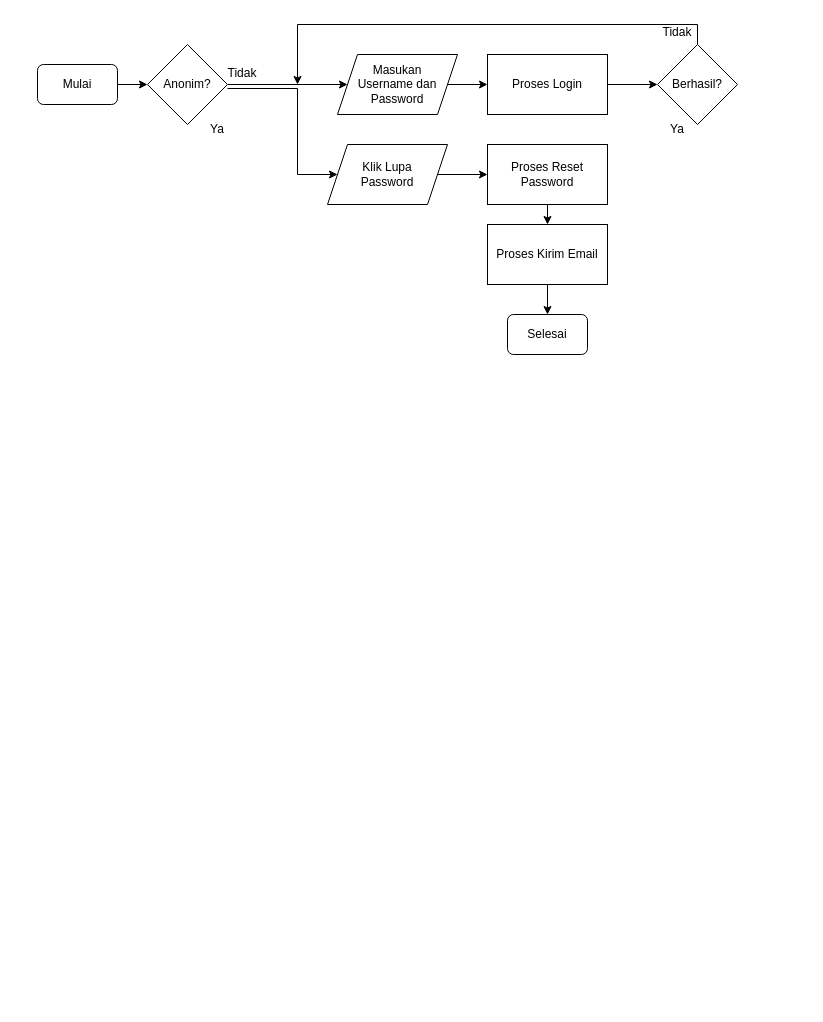
Earlier version of the draw.io diagram .drawio (nurramdandoni/diagram-all). Source tidied: cells renumbered, new cells numbered last; positions are measured from the earlier drawing's top-left corner, leaving out a move shared by most shapes. Both pictures are drawn from the tidied source at 100%, with x=0, y=0 at pixel (37, 17).
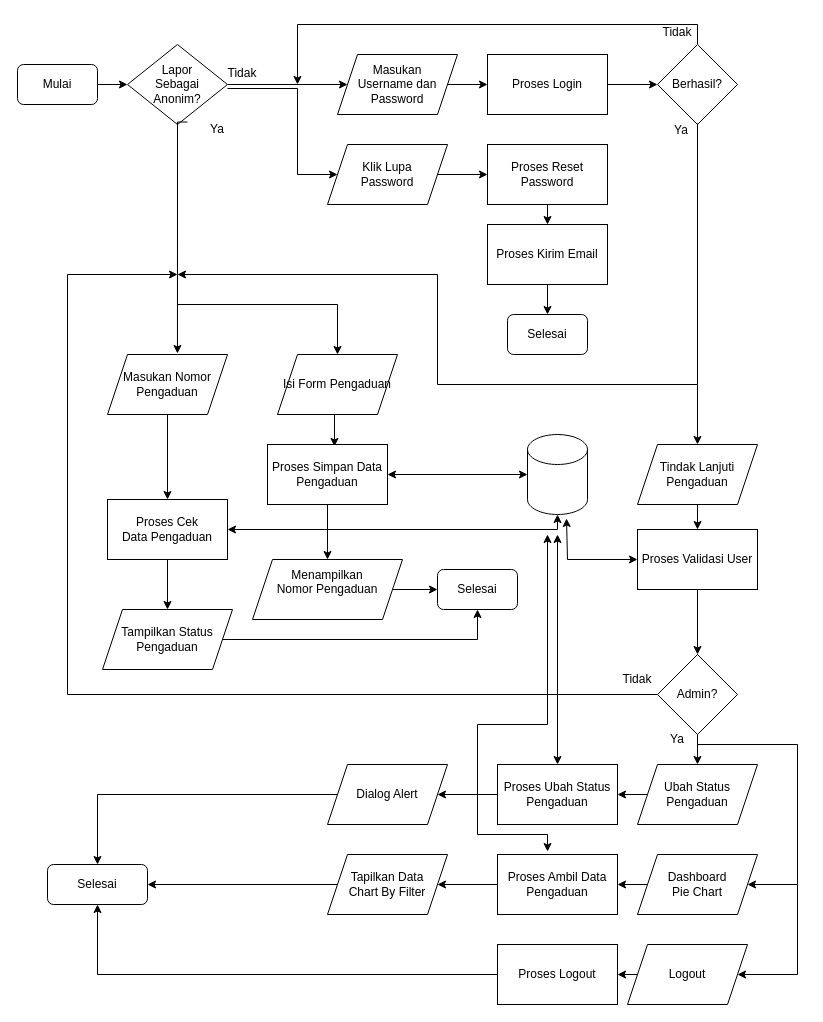
After the change.

Unchanged cells that the change refers to:
```xml
<mxCell id="10" value="Ya" style="text;html=1;strokeColor=none;fillColor=none;align=center;verticalAlign=middle;whiteSpace=wrap;rounded=0;" parent="1" vertex="1">
  <mxGeometry x="150" y="97" width="60" height="30" as="geometry" />
</mxCell>
```

What changed in the source:
```diff
@@
     <mxCell id="3" value="Mulai" style="rounded=1;whiteSpace=wrap;html=1;" parent="1" vertex="1">
-      <mxGeometry y="47" width="80" height="40" as="geometry" />
+      <mxGeometry x="-20" y="47" width="80" height="40" as="geometry" />
     </mxCell>
@@
+    <mxCell id="24" style="edgeStyle=orthogonalEdgeStyle;rounded=0;jettySize=auto;html=1;exitX=0.5;exitY=1;exitDx=0;exitDy=0;entryX=0.583;entryY=-0.017;entryDx=0;entryDy=0;entryPerimeter=0;" parent="1" edge="1" source="5" target="37">
+      <mxGeometry relative="1" as="geometry" />
+    </mxCell>
-    <mxCell id="5" value="Anonim?" style="rhombus;whiteSpace=wrap;html=1;" parent="1" vertex="1">
-      <mxGeometry x="110" y="27" width="80" height="80" as="geometry" />
+    <mxCell id="5" value="&lt;div&gt;Lapor&lt;/div&gt;&lt;div&gt;Sebagai&lt;/div&gt;&lt;div&gt;Anonim?&lt;br&gt;&lt;/div&gt;" style="rhombus;whiteSpace=wrap;html=1;" parent="1" vertex="1">
+      <mxGeometry x="90" y="27" width="100" height="80" as="geometry" />
     </mxCell>
@@
+    <mxCell id="25" style="edgeStyle=orthogonalEdgeStyle;rounded=0;jettySize=auto;html=1;exitX=0;exitY=0.25;exitDx=0;exitDy=0;entryX=0.5;entryY=0;entryDx=0;entryDy=0;" parent="1" edge="1" source="10" target="28">
+      <mxGeometry relative="1" as="geometry">
+        <Array as="points">
+          <mxPoint x="140" y="105" />
+          <mxPoint x="140" y="287" />
+          <mxPoint x="300" y="287" />
+        </Array>
+      </mxGeometry>
+    </mxCell>
@@
+    <mxCell id="26" style="edgeStyle=orthogonalEdgeStyle;rounded=0;orthogonalLoop=1;jettySize=auto;html=1;" parent="1" edge="1">
+      <mxGeometry relative="1" as="geometry">
+        <mxPoint x="660" y="106" as="sourcePoint" />
+        <mxPoint x="140" y="257" as="targetPoint" />
+        <Array as="points">
+          <mxPoint x="660" y="367" />
+          <mxPoint x="400" y="367" />
+          <mxPoint x="400" y="257" />
+        </Array>
+      </mxGeometry>
+    </mxCell>
     <mxCell id="16" value="Ya" style="text;html=1;strokeColor=none;fillColor=none;align=center;verticalAlign=middle;whiteSpace=wrap;rounded=0;" parent="1" vertex="1">
-      <mxGeometry x="610" y="97" width="60" height="30" as="geometry" />
+      <mxGeometry x="614" y="98" width="60" height="30" as="geometry" />
     </mxCell>
@@
+    <mxCell id="27" style="edgeStyle=orthogonalEdgeStyle;rounded=0;jettySize=auto;html=1;exitX=0.5;exitY=1;exitDx=0;exitDy=0;entryX=0.558;entryY=0.033;entryDx=0;entryDy=0;entryPerimeter=0;" parent="1" edge="1" source="28" target="30">
+      <mxGeometry relative="1" as="geometry" />
+    </mxCell>
+    <mxCell id="28" value="Isi Form Pengaduan" style="shape=parallelogram;perimeter=parallelogramPerimeter;whiteSpace=wrap;html=1;fixedSize=1;" parent="1" vertex="1">
+      <mxGeometry x="240" y="337" width="120" height="60" as="geometry" />
+    </mxCell>
+    <mxCell id="29" style="edgeStyle=orthogonalEdgeStyle;rounded=0;jettySize=auto;html=1;exitX=0.5;exitY=1;exitDx=0;exitDy=0;entryX=0.5;entryY=0;entryDx=0;entryDy=0;" parent="1" edge="1" source="30" target="34">
+      <mxGeometry relative="1" as="geometry" />
+    </mxCell>
+    <mxCell id="30" value="Proses Simpan Data Pengaduan" style="rounded=0;whiteSpace=wrap;html=1;" parent="1" vertex="1">
+      <mxGeometry x="230" y="427" width="120" height="60" as="geometry" />
+    </mxCell>
+    <mxCell id="31" style="shape=cylinder3;whiteSpace=wrap;html=1;boundedLbl=1;backgroundOutline=1;size=15;" parent="1" vertex="1">
+      <mxGeometry x="490" y="417" width="60" height="80" as="geometry" />
+    </mxCell>
+    <mxCell id="32" value="Selesai" style="rounded=1;whiteSpace=wrap;html=1;" parent="1" vertex="1">
+      <mxGeometry x="400" y="552" width="80" height="40" as="geometry" />
+    </mxCell>
+    <mxCell id="33" style="edgeStyle=orthogonalEdgeStyle;rounded=0;jettySize=auto;html=1;exitX=1;exitY=0.5;exitDx=0;exitDy=0;entryX=0;entryY=0.5;entryDx=0;entryDy=0;" parent="1" edge="1" source="34" target="32">
+      <mxGeometry relative="1" as="geometry" />
+    </mxCell>
+    <mxCell id="34" value="&lt;div&gt;Menampilkan &lt;br&gt;&lt;/div&gt;&lt;div&gt;Nomor Pengaduan&lt;/div&gt;&lt;div&gt;&lt;br&gt;&lt;/div&gt;" style="shape=parallelogram;perimeter=parallelogramPerimeter;whiteSpace=wrap;html=1;fixedSize=1;" parent="1" vertex="1">
+      <mxGeometry x="215" y="542" width="150" height="60" as="geometry" />
+    </mxCell>
+    <mxCell id="35" style="endArrow=classic;startArrow=classic;html=1;rounded=0;exitX=1;exitY=0.5;exitDx=0;exitDy=0;entryX=0;entryY=0.5;entryDx=0;entryDy=0;entryPerimeter=0;" parent="1" edge="1" source="30" target="31">
+      <mxGeometry relative="1" as="geometry" />
+    </mxCell>
+    <mxCell id="36" style="edgeStyle=orthogonalEdgeStyle;rounded=0;jettySize=auto;html=1;exitX=0.5;exitY=1;exitDx=0;exitDy=0;entryX=0.5;entryY=0;entryDx=0;entryDy=0;" parent="1" edge="1" source="37" target="39">
+      <mxGeometry relative="1" as="geometry" />
+    </mxCell>
+    <mxCell id="37" value="&lt;div&gt;Masukan Nomor&lt;/div&gt;&lt;div&gt;Pengaduan&lt;/div&gt;" style="shape=parallelogram;perimeter=parallelogramPerimeter;whiteSpace=wrap;html=1;fixedSize=1;" parent="1" vertex="1">
+      <mxGeometry x="70" y="337" width="120" height="60" as="geometry" />
+    </mxCell>
+    <mxCell id="38" style="edgeStyle=orthogonalEdgeStyle;rounded=0;jettySize=auto;html=1;exitX=0.5;exitY=1;exitDx=0;exitDy=0;entryX=0.5;entryY=0;entryDx=0;entryDy=0;" parent="1" edge="1" source="39" target="42">
+      <mxGeometry relative="1" as="geometry" />
+    </mxCell>
+    <mxCell id="39" value="&lt;div&gt;Proses Cek&lt;/div&gt;&lt;div&gt;Data Pengaduan&lt;br&gt;&lt;/div&gt;" style="rounded=0;whiteSpace=wrap;html=1;" parent="1" vertex="1">
+      <mxGeometry x="70" y="482" width="120" height="60" as="geometry" />
+    </mxCell>
+    <mxCell id="40" style="endArrow=classic;startArrow=classic;html=1;rounded=0;exitX=1;exitY=0.5;exitDx=0;exitDy=0;entryX=0.5;entryY=1;entryDx=0;entryDy=0;entryPerimeter=0;" parent="1" edge="1" source="39" target="31">
+      <mxGeometry relative="1" as="geometry">
+        <Array as="points">
+          <mxPoint x="520" y="512" />
+        </Array>
+      </mxGeometry>
+    </mxCell>
+    <mxCell id="41" style="edgeStyle=orthogonalEdgeStyle;rounded=0;jettySize=auto;html=1;exitX=1;exitY=0.5;exitDx=0;exitDy=0;entryX=0.5;entryY=1;entryDx=0;entryDy=0;" parent="1" edge="1" source="42" target="32">
+      <mxGeometry relative="1" as="geometry" />
+    </mxCell>
+    <mxCell id="42" value="&lt;div&gt;Tampilkan Status&lt;/div&gt;&lt;div&gt;Pengaduan&lt;br&gt;&lt;/div&gt;" style="shape=parallelogram;perimeter=parallelogramPerimeter;whiteSpace=wrap;html=1;fixedSize=1;" parent="1" vertex="1">
+      <mxGeometry x="65" y="592" width="130" height="60" as="geometry" />
+    </mxCell>
+    <mxCell id="43" style="edgeStyle=orthogonalEdgeStyle;rounded=0;jettySize=auto;html=1;exitX=0.5;exitY=1;exitDx=0;exitDy=0;entryX=0.5;entryY=0;entryDx=0;entryDy=0;" parent="1" edge="1" source="44" target="47">
+      <mxGeometry relative="1" as="geometry" />
+    </mxCell>
+    <mxCell id="44" value="&lt;div&gt;Tindak Lanjuti&lt;/div&gt;&lt;div&gt;Pengaduan&lt;br&gt;&lt;/div&gt;" style="shape=parallelogram;perimeter=parallelogramPerimeter;whiteSpace=wrap;html=1;fixedSize=1;" parent="1" vertex="1">
+      <mxGeometry x="600" y="427" width="120" height="60" as="geometry" />
+    </mxCell>
+    <mxCell id="45" style="endArrow=classic;html=1;rounded=0;entryX=0.5;entryY=0;entryDx=0;entryDy=0;" parent="1" edge="1" target="44">
+      <mxGeometry relative="1" as="geometry">
+        <mxPoint x="660" y="367" as="sourcePoint" />
+      </mxGeometry>
+    </mxCell>
+    <mxCell id="46" style="edgeStyle=orthogonalEdgeStyle;rounded=0;jettySize=auto;html=1;exitX=0.5;exitY=1;exitDx=0;exitDy=0;entryX=0.5;entryY=0;entryDx=0;entryDy=0;" parent="1" edge="1" source="47" target="49">
+      <mxGeometry relative="1" as="geometry" />
+    </mxCell>
+    <mxCell id="47" value="Proses Validasi User" style="rounded=0;whiteSpace=wrap;html=1;" parent="1" vertex="1">
+      <mxGeometry x="600" y="512" width="120" height="60" as="geometry" />
+    </mxCell>
+    <mxCell id="48" style="edgeStyle=orthogonalEdgeStyle;rounded=0;jettySize=auto;html=1;exitX=0.5;exitY=1;exitDx=0;exitDy=0;entryX=0.5;entryY=0;entryDx=0;entryDy=0;" parent="1" edge="1" source="49" target="54">
+      <mxGeometry relative="1" as="geometry" />
+    </mxCell>
+    <mxCell id="49" value="Admin?" style="rhombus;whiteSpace=wrap;html=1;" parent="1" vertex="1">
+      <mxGeometry x="620" y="637" width="80" height="80" as="geometry" />
+    </mxCell>
+    <mxCell id="50" style="endArrow=classic;startArrow=classic;html=1;rounded=0;entryX=0;entryY=0.5;entryDx=0;entryDy=0;exitX=0.65;exitY=1.05;exitDx=0;exitDy=0;exitPerimeter=0;" parent="1" edge="1" source="31" target="47">
+      <mxGeometry relative="1" as="geometry">
+        <Array as="points">
+          <mxPoint x="530" y="542" />
+        </Array>
+      </mxGeometry>
+    </mxCell>
+    <mxCell id="51" style="endArrow=classic;html=1;rounded=0;exitX=0;exitY=0.5;exitDx=0;exitDy=0;" parent="1" edge="1" source="49">
+      <mxGeometry relative="1" as="geometry">
+        <mxPoint x="140" y="257" as="targetPoint" />
+        <Array as="points">
+          <mxPoint x="30" y="677" />
+          <mxPoint x="30" y="257" />
+        </Array>
+      </mxGeometry>
+    </mxCell>
+    <mxCell id="52" value="Tidak" style="text;html=1;strokeColor=none;fillColor=none;align=center;verticalAlign=middle;whiteSpace=wrap;rounded=0;" parent="1" vertex="1">
+      <mxGeometry x="570" y="647" width="60" height="30" as="geometry" />
+    </mxCell>
+    <mxCell id="53" style="edgeStyle=orthogonalEdgeStyle;rounded=0;jettySize=auto;html=1;exitX=0;exitY=0.5;exitDx=0;exitDy=0;entryX=1;entryY=0.5;entryDx=0;entryDy=0;" parent="1" edge="1" source="54" target="56">
+      <mxGeometry relative="1" as="geometry" />
+    </mxCell>
+    <mxCell id="54" value="Ubah Status Pengaduan" style="shape=parallelogram;perimeter=parallelogramPerimeter;whiteSpace=wrap;html=1;fixedSize=1;" parent="1" vertex="1">
+      <mxGeometry x="600" y="747" width="120" height="60" as="geometry" />
+    </mxCell>
+    <mxCell id="55" style="edgeStyle=orthogonalEdgeStyle;rounded=0;jettySize=auto;html=1;exitX=0;exitY=0.5;exitDx=0;exitDy=0;entryX=1;entryY=0.5;entryDx=0;entryDy=0;" parent="1" edge="1" source="56" target="59">
+      <mxGeometry relative="1" as="geometry" />
+    </mxCell>
+    <mxCell id="56" value="&lt;div&gt;Proses Ubah Status&lt;/div&gt;&lt;div&gt;Pengaduan&lt;br&gt;&lt;/div&gt;" style="rounded=0;whiteSpace=wrap;html=1;" parent="1" vertex="1">
+      <mxGeometry x="460" y="747" width="120" height="60" as="geometry" />
+    </mxCell>
+    <mxCell id="57" style="endArrow=classic;startArrow=classic;html=1;rounded=0;exitX=0.5;exitY=0;exitDx=0;exitDy=0;" parent="1" edge="1" source="56">
+      <mxGeometry relative="1" as="geometry">
+        <mxPoint x="520" y="517" as="targetPoint" />
+      </mxGeometry>
+    </mxCell>
+    <mxCell id="58" style="edgeStyle=orthogonalEdgeStyle;rounded=0;jettySize=auto;html=1;exitX=0;exitY=0.5;exitDx=0;exitDy=0;entryX=0.5;entryY=0;entryDx=0;entryDy=0;" parent="1" edge="1" source="59" target="60">
+      <mxGeometry relative="1" as="geometry" />
+    </mxCell>
+    <mxCell id="59" value="Dialog Alert" style="shape=parallelogram;perimeter=parallelogramPerimeter;whiteSpace=wrap;html=1;fixedSize=1;" parent="1" vertex="1">
+      <mxGeometry x="290" y="747" width="120" height="60" as="geometry" />
+    </mxCell>
+    <mxCell id="60" value="Selesai" style="rounded=1;whiteSpace=wrap;html=1;" parent="1" vertex="1">
+      <mxGeometry x="10" y="847" width="100" height="40" as="geometry" />
+    </mxCell>
+    <mxCell id="61" value="Ya" style="text;html=1;strokeColor=none;fillColor=none;align=center;verticalAlign=middle;whiteSpace=wrap;rounded=0;" parent="1" vertex="1">
+      <mxGeometry x="610" y="707" width="60" height="30" as="geometry" />
+    </mxCell>
+    <mxCell id="62" style="edgeStyle=orthogonalEdgeStyle;rounded=0;jettySize=auto;html=1;exitX=0;exitY=0.5;exitDx=0;exitDy=0;entryX=1;entryY=0.5;entryDx=0;entryDy=0;" parent="1" edge="1" source="63" target="66">
+      <mxGeometry relative="1" as="geometry" />
+    </mxCell>
+    <mxCell id="63" value="&lt;div&gt;Dashboard &lt;br&gt;&lt;/div&gt;&lt;div&gt;Pie Chart&lt;/div&gt;" style="shape=parallelogram;perimeter=parallelogramPerimeter;whiteSpace=wrap;html=1;fixedSize=1;" parent="1" vertex="1">
+      <mxGeometry x="600" y="837" width="120" height="60" as="geometry" />
+    </mxCell>
+    <mxCell id="64" style="endArrow=classic;html=1;rounded=0;exitX=0.833;exitY=0.667;exitDx=0;exitDy=0;exitPerimeter=0;entryX=1;entryY=0.5;entryDx=0;entryDy=0;" parent="1" edge="1" source="61" target="63">
+      <mxGeometry relative="1" as="geometry">
+        <Array as="points">
+          <mxPoint x="760" y="727" />
+          <mxPoint x="760" y="867" />
+        </Array>
+      </mxGeometry>
+    </mxCell>
+    <mxCell id="65" style="edgeStyle=orthogonalEdgeStyle;rounded=0;jettySize=auto;html=1;exitX=0;exitY=0.5;exitDx=0;exitDy=0;entryX=1;entryY=0.5;entryDx=0;entryDy=0;" parent="1" edge="1" source="66" target="69">
+      <mxGeometry relative="1" as="geometry" />
+    </mxCell>
+    <mxCell id="66" value="Proses Ambil Data Pengaduan" style="rounded=0;whiteSpace=wrap;html=1;" parent="1" vertex="1">
+      <mxGeometry x="460" y="837" width="120" height="60" as="geometry" />
+    </mxCell>
+    <mxCell id="67" style="endArrow=classic;startArrow=classic;html=1;rounded=0;exitX=0.417;exitY=-0.05;exitDx=0;exitDy=0;exitPerimeter=0;" parent="1" edge="1" source="66">
+      <mxGeometry relative="1" as="geometry">
+        <mxPoint x="510" y="517" as="targetPoint" />
+        <Array as="points">
+          <mxPoint x="510" y="817" />
+          <mxPoint x="440" y="817" />
+          <mxPoint x="440" y="707" />
+          <mxPoint x="510" y="707" />
+        </Array>
+      </mxGeometry>
+    </mxCell>
+    <mxCell id="68" style="edgeStyle=orthogonalEdgeStyle;rounded=0;jettySize=auto;html=1;exitX=0;exitY=0.5;exitDx=0;exitDy=0;" parent="1" edge="1" source="69" target="60">
+      <mxGeometry relative="1" as="geometry" />
+    </mxCell>
+    <mxCell id="69" value="&lt;div&gt;Tapilkan Data &lt;br&gt;&lt;/div&gt;&lt;div&gt;Chart By Filter&lt;/div&gt;" style="shape=parallelogram;perimeter=parallelogramPerimeter;whiteSpace=wrap;html=1;fixedSize=1;" parent="1" vertex="1">
+      <mxGeometry x="290" y="837" width="120" height="60" as="geometry" />
+    </mxCell>
+    <mxCell id="70" style="edgeStyle=orthogonalEdgeStyle;rounded=0;jettySize=auto;html=1;exitX=0;exitY=0.5;exitDx=0;exitDy=0;entryX=1;entryY=0.5;entryDx=0;entryDy=0;" parent="1" edge="1" source="71" target="73">
+      <mxGeometry relative="1" as="geometry" />
+    </mxCell>
+    <mxCell id="71" value="Logout" style="shape=parallelogram;perimeter=parallelogramPerimeter;whiteSpace=wrap;html=1;fixedSize=1;" parent="1" vertex="1">
+      <mxGeometry x="590" y="927" width="120" height="60" as="geometry" />
+    </mxCell>
+    <mxCell id="72" style="edgeStyle=orthogonalEdgeStyle;rounded=0;jettySize=auto;html=1;exitX=0;exitY=0.5;exitDx=0;exitDy=0;entryX=0.5;entryY=1;entryDx=0;entryDy=0;" parent="1" edge="1" source="73" target="60">
+      <mxGeometry relative="1" as="geometry" />
+    </mxCell>
+    <mxCell id="73" value="Proses Logout" style="rounded=0;whiteSpace=wrap;html=1;" parent="1" vertex="1">
+      <mxGeometry x="460" y="927" width="120" height="60" as="geometry" />
+    </mxCell>
+    <mxCell id="74" style="endArrow=classic;html=1;rounded=0;entryX=1;entryY=0.5;entryDx=0;entryDy=0;" parent="1" edge="1" target="71">
+      <mxGeometry relative="1" as="geometry">
+        <mxPoint x="760" y="867" as="sourcePoint" />
+        <Array as="points">
+          <mxPoint x="760" y="957" />
+        </Array>
+      </mxGeometry>
+    </mxCell>
```
